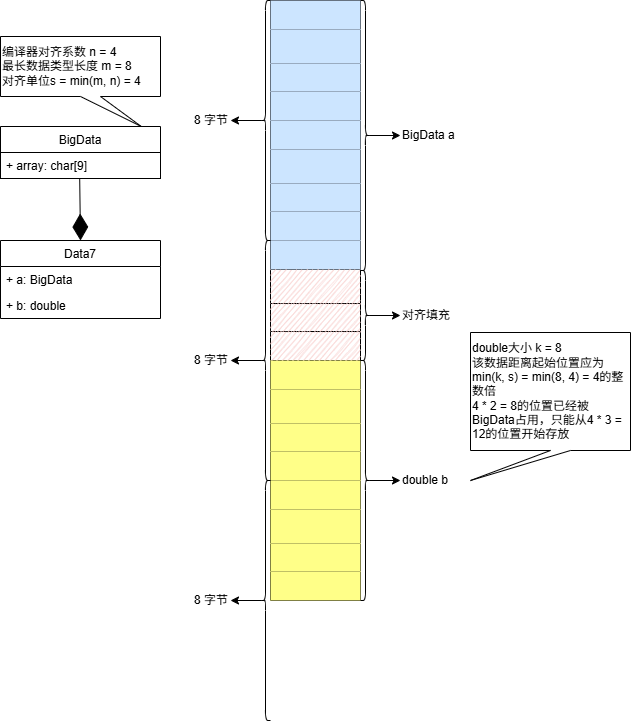
Earlier version of the draw.io export images/memory_alignment_case7.png (zhxilin/zhxilin.github.io). Source tidied: cells renumbered, new cells last; positions are measured from the earlier drawing's top-left corner, leaving out a move shared by most shapes.
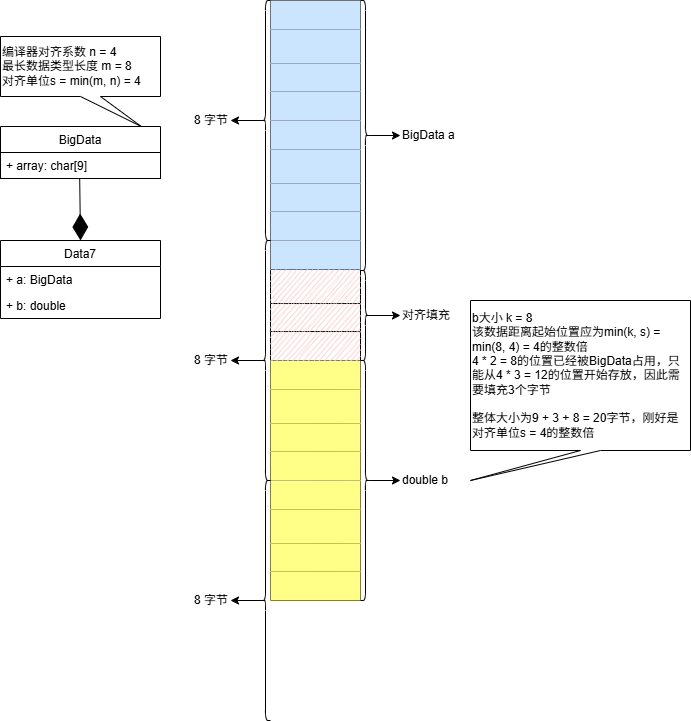
The same diagram one commit later.

Commit message:
Update post 'memory_alignment'

Change to the diagram source:
```diff
@@ -200,8 +200,8 @@
     <mxCell id="67" style="endArrow=classic;html=1;rounded=0;exitX=0.1;exitY=0.5;exitDx=0;exitDy=0;exitPerimeter=0;entryX=1;entryY=0.5;entryDx=0;entryDy=0;sketch=0;strokeColor=default;swimlaneLine=1;" parent="1" edge="1" source="65" target="66">
       <mxGeometry relative="1" as="geometry" />
     </mxCell>
-    <mxCell id="68" value="double大小 k = 8&lt;div&gt;该数据距离起始位置应为min(k, s) = min(8, 4) = 4的整数倍&lt;/div&gt;&lt;div&gt;4 * 2 = 8的位置已经被BigData占用，只能从4 * 3 = 12的位置开始存放&lt;/div&gt;" style="shape=callout;whiteSpace=wrap;html=1;perimeter=calloutPerimeter;sketch=0;position2=0;align=left;strokeColor=default;" parent="1" vertex="1">
-      <mxGeometry x="470" y="332" width="160" height="148" as="geometry" />
+    <mxCell id="68" value="b大小 k = 8&lt;div&gt;该数据距离起始位置应为min(k, s) = min(8, 4) = 4的整数倍&lt;/div&gt;&lt;div&gt;4 * 2 = 8的位置已经被BigData占用，只能从4 * 3 = 12的位置开始存放，因此需要填充3个字节&lt;/div&gt;&lt;div&gt;&lt;br&gt;&lt;/div&gt;&lt;div&gt;整体大小为9 + 3 + 8 = 20字节，刚好是对齐单位s = 4的整数倍&lt;/div&gt;" style="shape=callout;whiteSpace=wrap;html=1;perimeter=calloutPerimeter;sketch=0;position2=0;align=left;strokeColor=default;" parent="1" vertex="1">
+      <mxGeometry x="470" y="300" width="220" height="180" as="geometry" />
     </mxCell>
   </root>
 </mxGraphModel>
```
